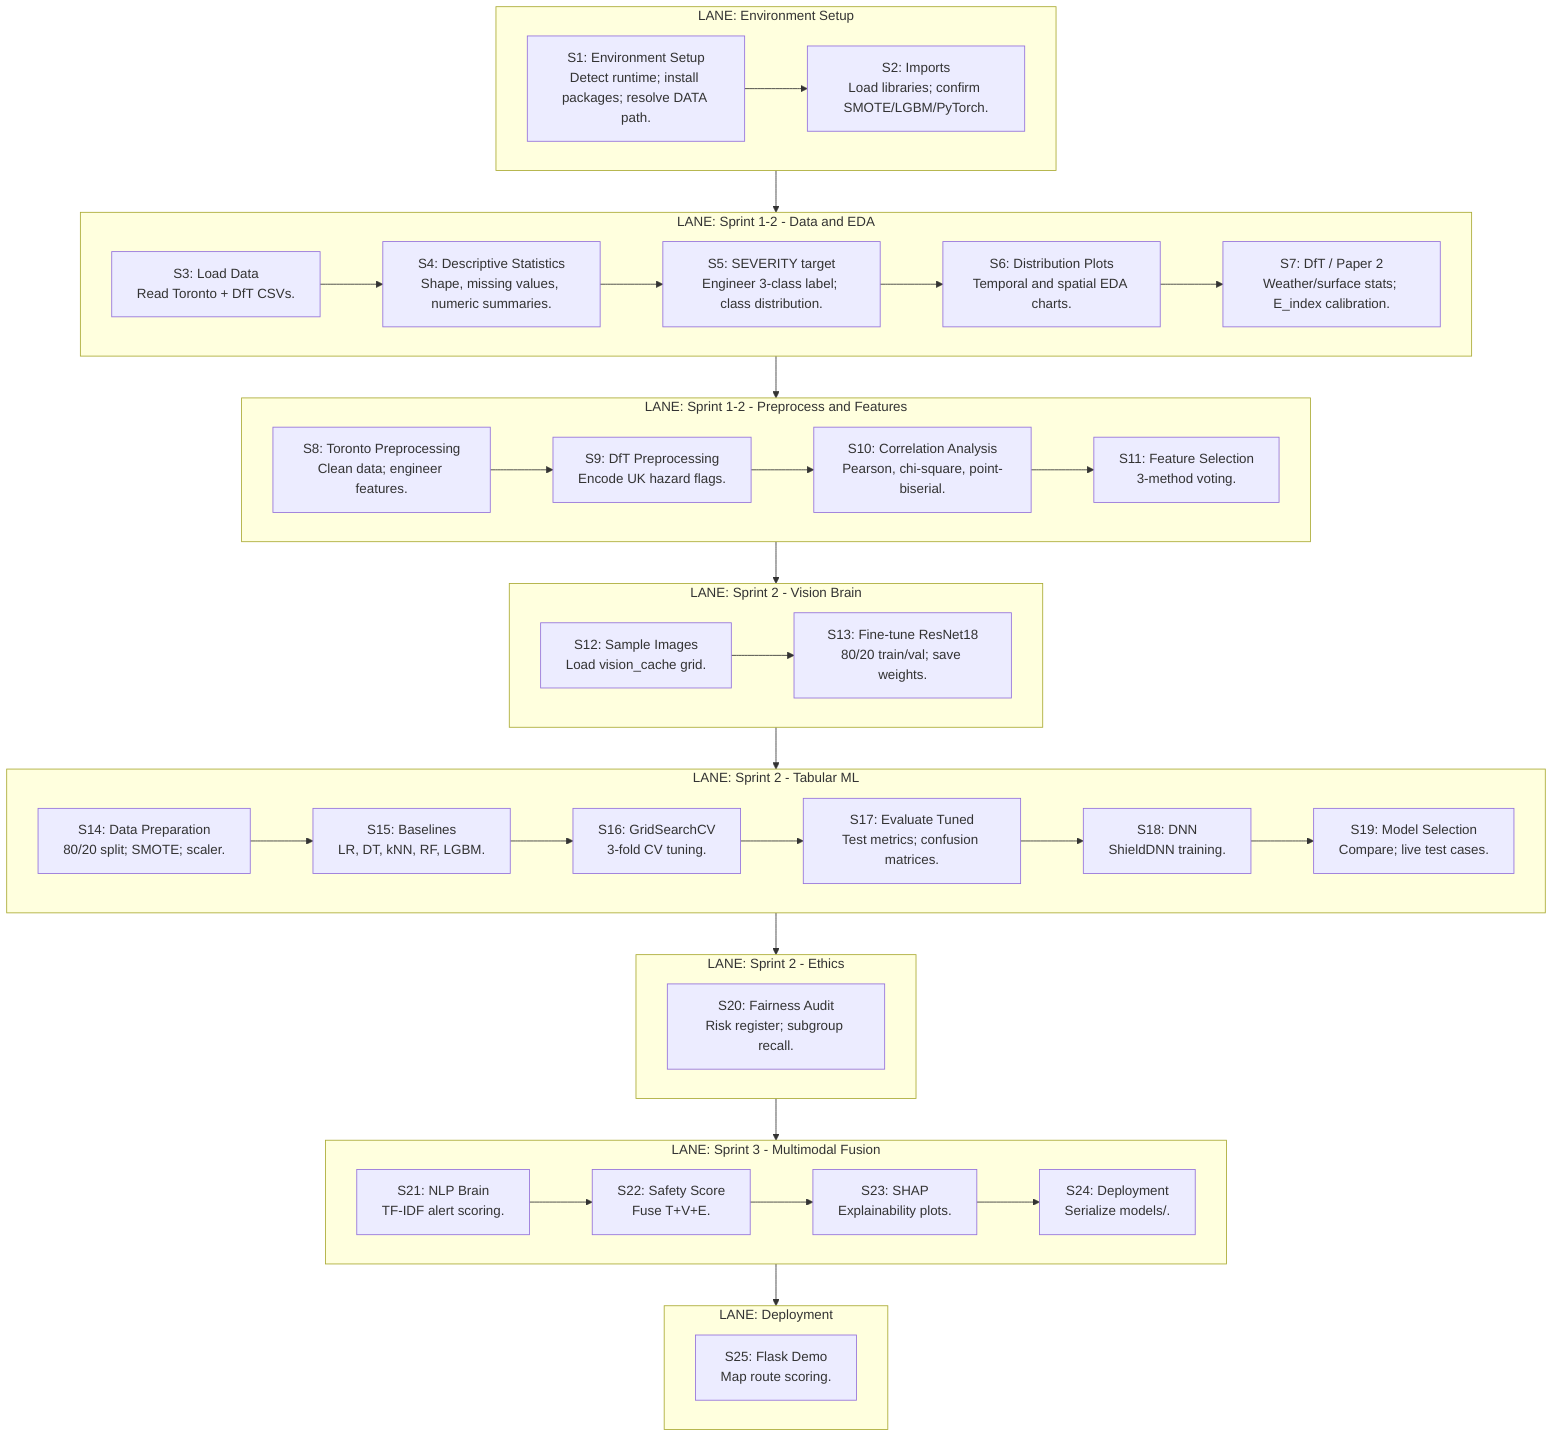
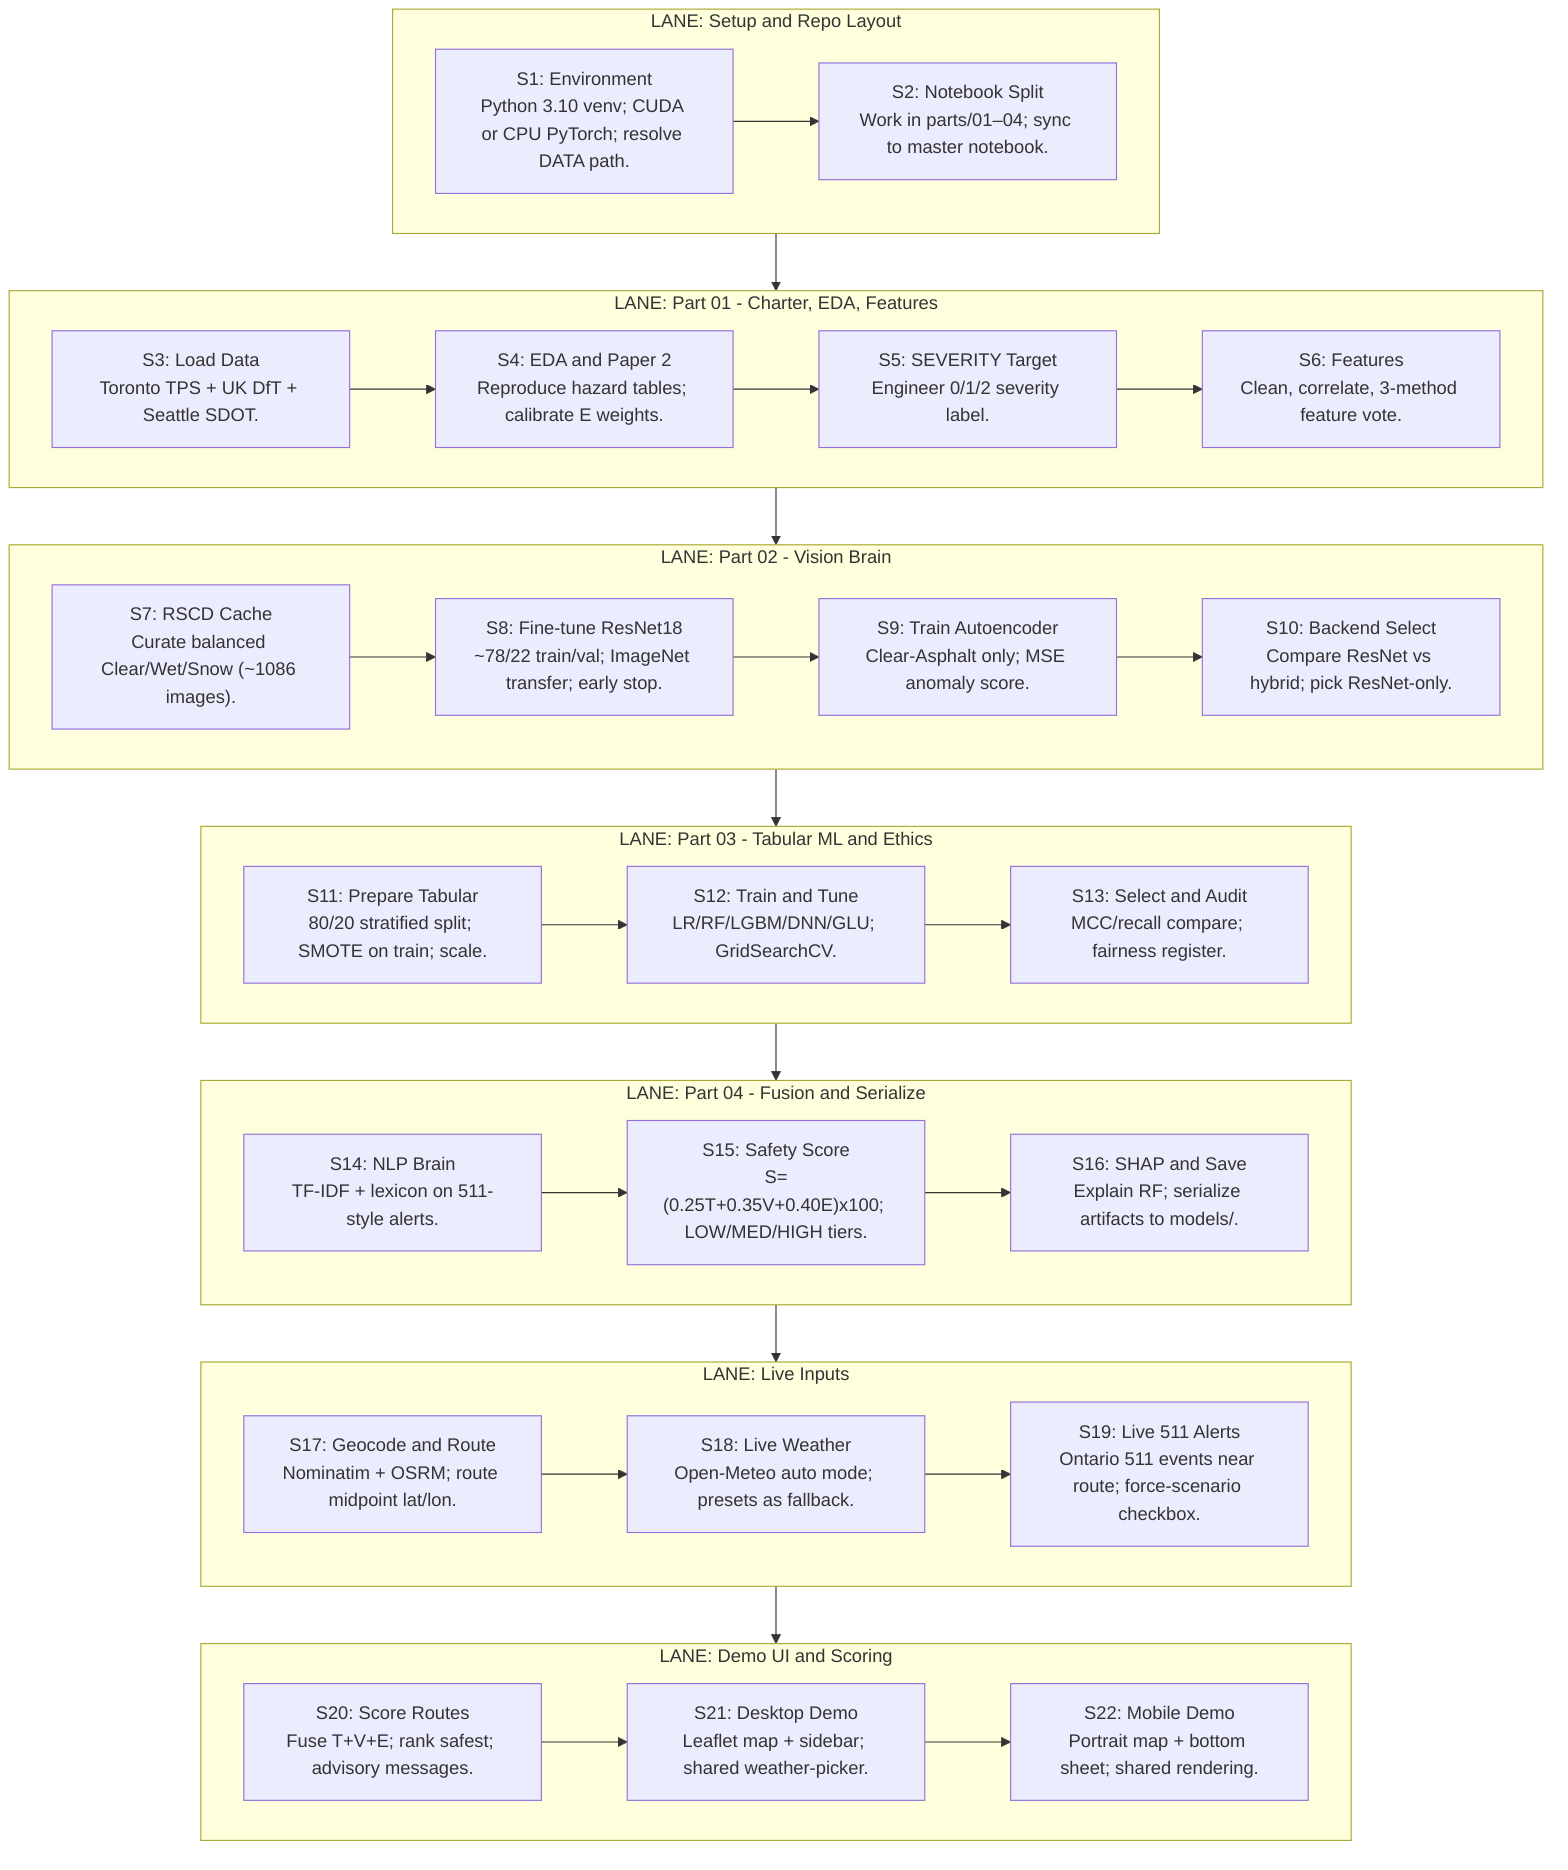
%% Auto-generated by explanations/build_all.py — do not edit by hand
%% Re-run: python explanations/build_all.py

flowchart TB
-     subgraph L0["LANE: Environment Setup"]
+     subgraph L0["LANE: Setup and Repo Layout"]
        direction LR
-         S1["S1: Environment Setup\nDetect runtime; install packages; resolve DATA path."]
-         S2["S2: Imports\nLoad libraries; confirm SMOTE/LGBM/PyTorch."]
+         S1["S1: Environment\nPython 3.10 venv; CUDA or CPU PyTorch; resolve DATA path."]
+         S2["S2: Notebook Split\nWork in parts/01–04; sync to master notebook."]
        S1 --> S2
    end

-     subgraph L1["LANE: Sprint 1-2 - Data and EDA"]
+     subgraph L1["LANE: Part 01 - Charter, EDA, Features"]
        direction LR
-         S3["S3: Load Data\nRead Toronto + DfT CSVs."]
-         S4["S4: Descriptive Statistics\nShape, missing values, numeric summaries."]
-         S5["S5: SEVERITY target\nEngineer 3-class label; class distribution."]
-         S6["S6: Distribution Plots\nTemporal and spatial EDA charts."]
-         S7["S7: DfT / Paper 2\nWeather/surface stats; E_index calibration."]
+         S3["S3: Load Data\nToronto TPS + UK DfT + Seattle SDOT."]
+         S4["S4: EDA and Paper 2\nReproduce hazard tables; calibrate E weights."]
+         S5["S5: SEVERITY Target\nEngineer 0/1/2 severity label."]
+         S6["S6: Features\nClean, correlate, 3-method feature vote."]
        S3 --> S4
        S4 --> S5
        S5 --> S6
-         S6 --> S7
    end

-     subgraph L2["LANE: Sprint 1-2 - Preprocess and Features"]
+     subgraph L2["LANE: Part 02 - Vision Brain"]
        direction LR
-         S8["S8: Toronto Preprocessing\nClean data; engineer features."]
-         S9["S9: DfT Preprocessing\nEncode UK hazard flags."]
-         S10["S10: Correlation Analysis\nPearson, chi-square, point-biserial."]
-         S11["S11: Feature Selection\n3-method voting."]
+         S7["S7: RSCD Cache\nCurate balanced Clear/Wet/Snow (~1086 images)."]
+         S8["S8: Fine-tune ResNet18\n~78/22 train/val; ImageNet transfer; early stop."]
+         S9["S9: Train Autoencoder\nClear-Asphalt only; MSE anomaly score."]
+         S10["S10: Backend Select\nCompare ResNet vs hybrid; pick ResNet-only."]
+         S7 --> S8
        S8 --> S9
        S9 --> S10
-         S10 --> S11
    end

-     subgraph L3["LANE: Sprint 2 - Vision Brain"]
+     subgraph L3["LANE: Part 03 - Tabular ML and Ethics"]
        direction LR
-         S12["S12: Sample Images\nLoad vision_cache grid."]
-         S13["S13: Fine-tune ResNet18\n80/20 train/val; save weights."]
+         S11["S11: Prepare Tabular\n80/20 stratified split; SMOTE on train; scale."]
+         S12["S12: Train and Tune\nLR/RF/LGBM/DNN/GLU; GridSearchCV."]
+         S13["S13: Select and Audit\nMCC/recall compare; fairness register."]
+         S11 --> S12
        S12 --> S13
    end

-     subgraph L4["LANE: Sprint 2 - Tabular ML"]
+     subgraph L4["LANE: Part 04 - Fusion and Serialize"]
        direction LR
-         S14["S14: Data Preparation\n80/20 split; SMOTE; scaler."]
-         S15["S15: Baselines\nLR, DT, kNN, RF, LGBM."]
-         S16["S16: GridSearchCV\n3-fold CV tuning."]
-         S17["S17: Evaluate Tuned\nTest metrics; confusion matrices."]
-         S18["S18: DNN\nShieldDNN training."]
-         S19["S19: Model Selection\nCompare; live test cases."]
+         S14["S14: NLP Brain\nTF-IDF + lexicon on 511-style alerts."]
+         S15["S15: Safety Score\nS=(0.25T+0.35V+0.40E)x100; LOW/MED/HIGH tiers."]
+         S16["S16: SHAP and Save\nExplain RF; serialize artifacts to models/."]
        S14 --> S15
        S15 --> S16
-         S16 --> S17
+     end
+ 
+     subgraph L5["LANE: Live Inputs"]
+         direction LR
+         S17["S17: Geocode and Route\nNominatim + OSRM; route midpoint lat/lon."]
+         S18["S18: Live Weather\nOpen-Meteo auto mode; presets as fallback."]
+         S19["S19: Live 511 Alerts\nOntario 511 events near route; force-scenario checkbox."]
        S17 --> S18
        S18 --> S19
    end

-     subgraph L5["LANE: Sprint 2 - Ethics"]
+     subgraph L6["LANE: Demo UI and Scoring"]
        direction LR
-         S20["S20: Fairness Audit\nRisk register; subgroup recall."]
-     end
- 
-     subgraph L6["LANE: Sprint 3 - Multimodal Fusion"]
-         direction LR
-         S21["S21: NLP Brain\nTF-IDF alert scoring."]
-         S22["S22: Safety Score\nFuse T+V+E."]
-         S23["S23: SHAP\nExplainability plots."]
-         S24["S24: Deployment\nSerialize models/."]
+         S20["S20: Score Routes\nFuse T+V+E; rank safest; advisory messages."]
+         S21["S21: Desktop Demo\nLeaflet map + sidebar; shared weather-picker."]
+         S22["S22: Mobile Demo\nPortrait map + bottom sheet; shared rendering."]
+         S20 --> S21
        S21 --> S22
-         S22 --> S23
-         S23 --> S24
-     end
- 
-     subgraph L7["LANE: Deployment"]
-         direction LR
-         S25["S25: Flask Demo\nMap route scoring."]
    end

    L0 --> L1
    L1 --> L2
    L2 --> L3
    L3 --> L4
    L4 --> L5
    L5 --> L6
-     L6 --> L7
